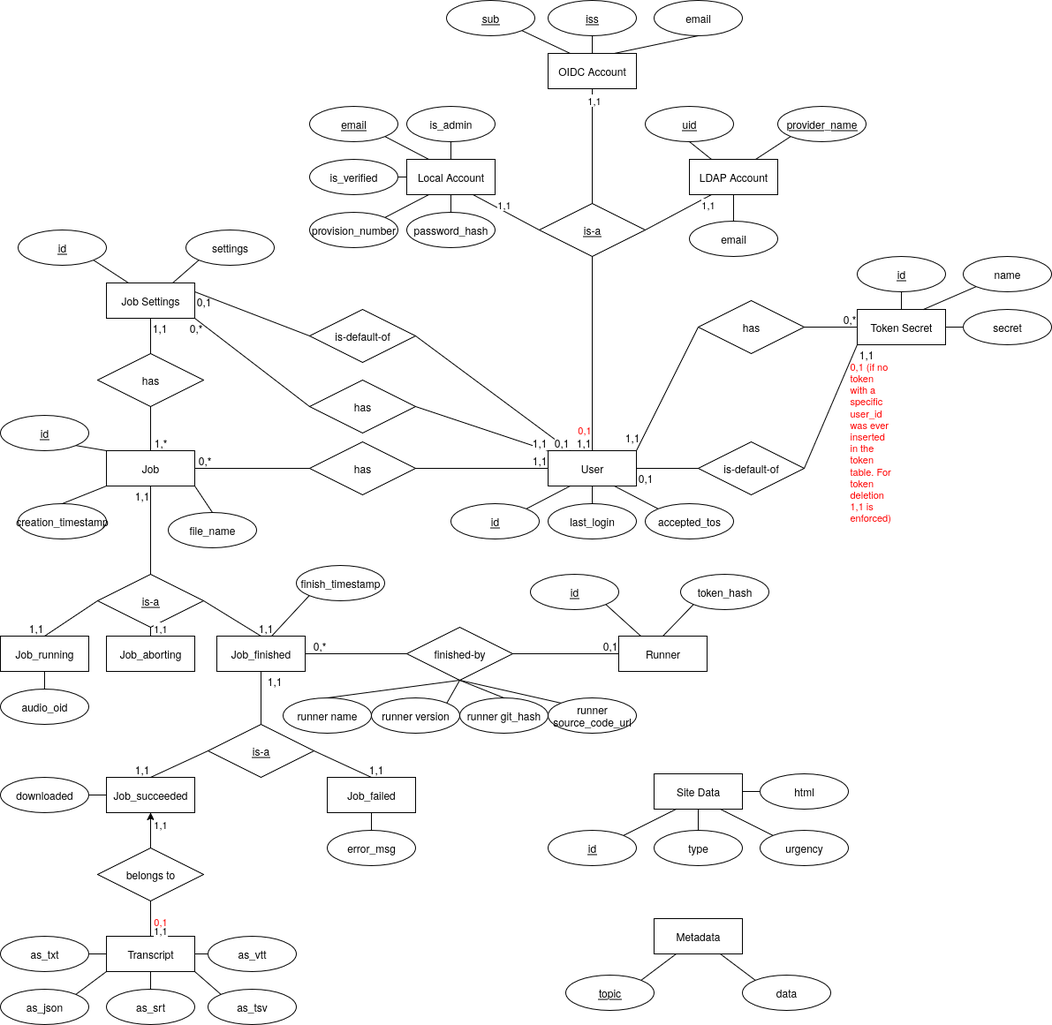
JulianFP/project-W keeps this draw.io diagram as doc/database_er_model.png. Above is the earlier version. Source tidied: cells renumbered, new cells last; positions are measured from the earlier drawing's top-left corner, leaving out a move shared by most shapes.
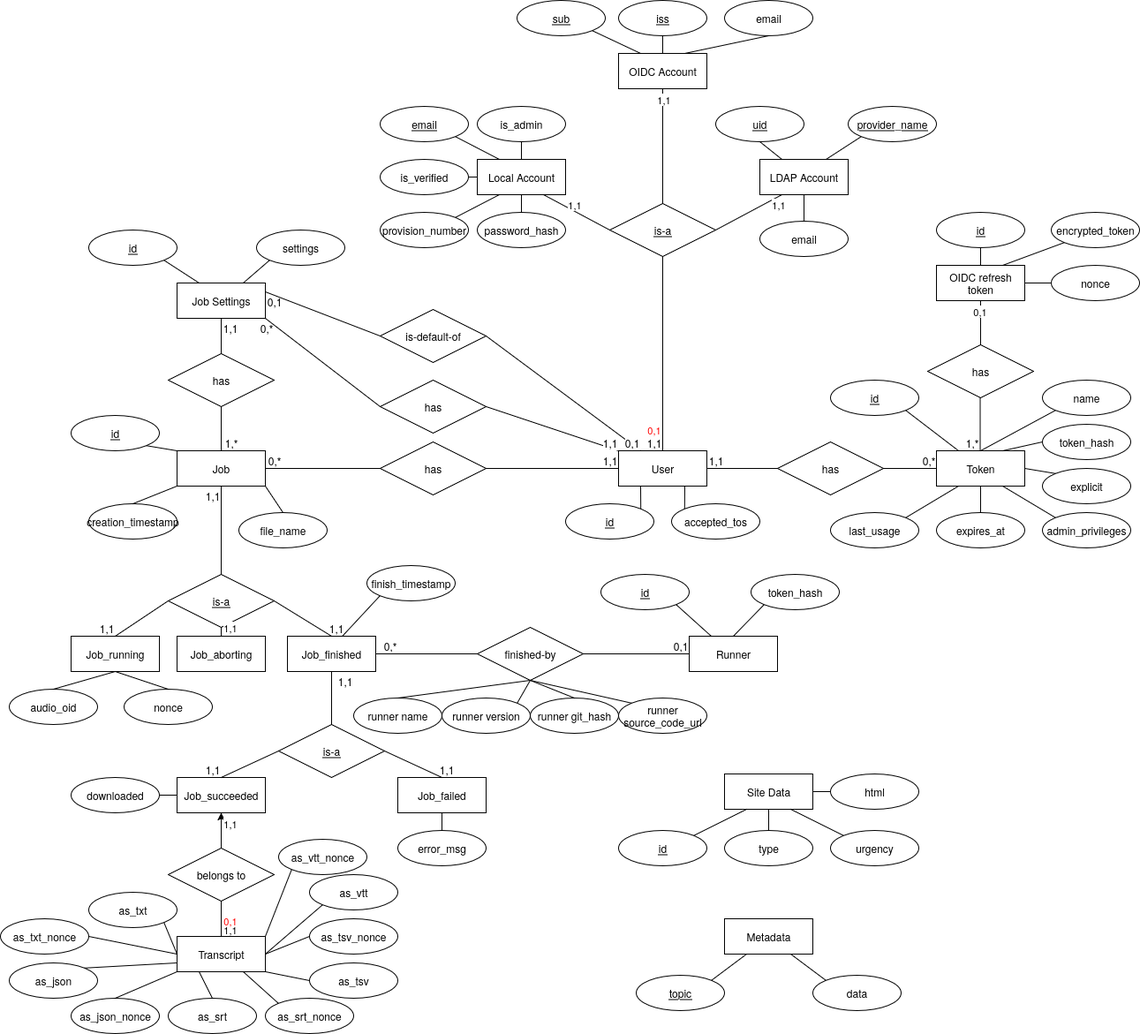
The same file after the commit.

The edit, as a diff of the source:
```diff
@@ -24,13 +24,13 @@
       <mxGeometry x="210" y="260" width="100" height="40" as="geometry" />
     </mxCell>
     <mxCell id="9" value="&lt;div&gt;audio_oid&lt;/div&gt;" style="ellipse;whiteSpace=wrap;html=1;align=center;" parent="1" vertex="1">
-      <mxGeometry y="780" width="100" height="40" as="geometry" />
+      <mxGeometry x="-70" y="780" width="100" height="40" as="geometry" />
     </mxCell>
     <mxCell id="10" style="endArrow=none;html=1;rounded=0;exitX=0.5;exitY=0;exitDx=0;exitDy=0;entryX=0.5;entryY=1;entryDx=0;entryDy=0;" parent="1" edge="1" source="9" target="29">
       <mxGeometry relative="1" as="geometry" />
     </mxCell>
     <mxCell id="11" value="id" style="ellipse;whiteSpace=wrap;html=1;align=center;fontStyle=4;" parent="1" vertex="1">
-      <mxGeometry x="510" y="570" width="100" height="40" as="geometry" />
+      <mxGeometry x="560" y="570" width="100" height="40" as="geometry" />
     </mxCell>
     <mxCell id="12" value="&lt;u&gt;email&lt;/u&gt;" style="ellipse;whiteSpace=wrap;html=1;align=center;" parent="1" vertex="1">
       <mxGeometry x="350" y="120" width="100" height="40" as="geometry" />
@@ -215,20 +215,20 @@
     <mxCell id="68" style="endArrow=none;html=1;rounded=0;entryX=0;entryY=0;entryDx=0;entryDy=0;exitX=0.75;exitY=1;exitDx=0;exitDy=0;" parent="1" edge="1" source="64" target="67">
       <mxGeometry relative="1" as="geometry" />
     </mxCell>
-    <mxCell id="69" value="Token Secret" style="whiteSpace=wrap;html=1;align=center;" parent="1" vertex="1">
-      <mxGeometry x="970" y="350" width="100" height="40" as="geometry" />
+    <mxCell id="69" value="Token" style="whiteSpace=wrap;html=1;align=center;" parent="1" vertex="1">
+      <mxGeometry x="980" y="510" width="100" height="40" as="geometry" />
     </mxCell>
     <mxCell id="70" value="id" style="ellipse;whiteSpace=wrap;html=1;align=center;fontStyle=4;" parent="1" vertex="1">
-      <mxGeometry x="970" y="290" width="100" height="40" as="geometry" />
+      <mxGeometry x="860" y="430" width="100" height="40" as="geometry" />
     </mxCell>
-    <mxCell id="71" style="endArrow=none;html=1;rounded=0;entryX=0.5;entryY=1;entryDx=0;entryDy=0;exitX=0.5;exitY=0;exitDx=0;exitDy=0;" parent="1" edge="1" source="69" target="70">
+    <mxCell id="71" style="endArrow=none;html=1;rounded=0;entryX=1;entryY=1;entryDx=0;entryDy=0;exitX=0.25;exitY=0;exitDx=0;exitDy=0;" parent="1" edge="1" source="69" target="70">
       <mxGeometry relative="1" as="geometry" />
     </mxCell>
     <mxCell id="72" value="name" style="ellipse;whiteSpace=wrap;html=1;align=center;" parent="1" vertex="1">
-      <mxGeometry x="1090" y="290" width="100" height="40" as="geometry" />
+      <mxGeometry x="1100" y="430" width="100" height="40" as="geometry" />
     </mxCell>
-    <mxCell id="73" value="secret" style="ellipse;whiteSpace=wrap;html=1;align=center;" parent="1" vertex="1">
-      <mxGeometry x="1090" y="350" width="100" height="40" as="geometry" />
+    <mxCell id="73" value="token_hash" style="ellipse;whiteSpace=wrap;html=1;align=center;" parent="1" vertex="1">
+      <mxGeometry x="1100" y="480" width="100" height="40" as="geometry" />
     </mxCell>
     <mxCell id="74" value="Local Account" style="whiteSpace=wrap;html=1;align=center;" parent="1" vertex="1">
       <mxGeometry x="460" y="180" width="100" height="40" as="geometry" />
@@ -297,17 +297,17 @@
     <mxCell id="94" style="endArrow=none;html=1;rounded=0;entryX=0;entryY=1;entryDx=0;entryDy=0;exitX=0.75;exitY=0;exitDx=0;exitDy=0;" parent="1" edge="1" source="63" target="8">
       <mxGeometry relative="1" as="geometry" />
     </mxCell>
-    <mxCell id="95" style="endArrow=none;html=1;rounded=0;entryX=0;entryY=1;entryDx=0;entryDy=0;exitX=0.75;exitY=0;exitDx=0;exitDy=0;" parent="1" edge="1" source="69" target="72">
+    <mxCell id="95" style="endArrow=none;html=1;rounded=0;entryX=0;entryY=1;entryDx=0;entryDy=0;exitX=0.5;exitY=0;exitDx=0;exitDy=0;" parent="1" edge="1" source="69" target="72">
       <mxGeometry relative="1" as="geometry" />
     </mxCell>
-    <mxCell id="96" style="endArrow=none;html=1;rounded=0;entryX=0;entryY=0.5;entryDx=0;entryDy=0;exitX=1;exitY=0.5;exitDx=0;exitDy=0;" parent="1" edge="1" source="69" target="73">
+    <mxCell id="96" style="endArrow=none;html=1;rounded=0;entryX=0;entryY=0.5;entryDx=0;entryDy=0;exitX=0.75;exitY=0;exitDx=0;exitDy=0;" parent="1" edge="1" source="69" target="73">
       <mxGeometry relative="1" as="geometry" />
     </mxCell>
     <mxCell id="97" style="edgeStyle=orthogonalEdgeStyle;rounded=0;orthogonalLoop=1;jettySize=auto;html=1;exitX=0.5;exitY=1;exitDx=0;exitDy=0;" parent="1" edge="1" source="73" target="73">
       <mxGeometry relative="1" as="geometry" />
     </mxCell>
     <mxCell id="98" value="has" style="shape=rhombus;perimeter=rhombusPerimeter;whiteSpace=wrap;html=1;align=center;" parent="1" vertex="1">
-      <mxGeometry x="790" y="340" width="120" height="60" as="geometry" />
+      <mxGeometry x="800" y="500" width="120" height="60" as="geometry" />
     </mxCell>
     <mxCell id="99" style="endArrow=none;html=1;rounded=0;entryX=0;entryY=0.5;entryDx=0;entryDy=0;exitX=1;exitY=0.5;exitDx=0;exitDy=0;" parent="1" edge="1" source="98" target="69">
       <mxGeometry relative="1" as="geometry" />
@@ -315,12 +315,12 @@
     <mxCell id="100" value="0,*" style="html=1;whiteSpace=wrap;align=right;verticalAlign=bottom;" parent="99" vertex="1">
       <mxGeometry x="1" relative="1" as="geometry" />
     </mxCell>
-    <mxCell id="101" style="endArrow=none;html=1;rounded=0;exitX=0;exitY=0.5;exitDx=0;exitDy=0;entryX=1;entryY=0;entryDx=0;entryDy=0;" parent="1" edge="1" source="98" target="3">
+    <mxCell id="101" style="endArrow=none;html=1;rounded=0;entryX=1;entryY=0.5;entryDx=0;entryDy=0;" parent="1" edge="1" source="98" target="3">
       <mxGeometry relative="1" as="geometry" />
     </mxCell>
     <mxCell id="102" value="1,1" style="html=1;whiteSpace=wrap;align=right;verticalAlign=bottom;" parent="101" vertex="1">
       <mxGeometry x="1" relative="1" as="geometry">
-        <mxPoint x="5" y="-6" as="offset" />
+        <mxPoint x="20" as="offset" />
       </mxGeometry>
     </mxCell>
     <mxCell id="103" value="&lt;u&gt;is-a&lt;/u&gt;" style="shape=rhombus;perimeter=rhombusPerimeter;whiteSpace=wrap;html=1;align=center;" parent="1" vertex="1">
@@ -422,33 +422,33 @@
       </mxGeometry>
     </mxCell>
     <mxCell id="131" value="as_txt" style="ellipse;whiteSpace=wrap;html=1;align=center;" parent="1" vertex="1">
-      <mxGeometry y="1060" width="100" height="40" as="geometry" />
+      <mxGeometry x="20" y="1010" width="100" height="40" as="geometry" />
     </mxCell>
-    <mxCell id="132" style="endArrow=none;html=1;rounded=0;exitX=1;exitY=0.5;exitDx=0;exitDy=0;entryX=0;entryY=0.5;entryDx=0;entryDy=0;" parent="1" edge="1" source="131" target="124">
+    <mxCell id="132" style="endArrow=none;html=1;rounded=0;exitX=1;exitY=1;exitDx=0;exitDy=0;entryX=0;entryY=0.5;entryDx=0;entryDy=0;" parent="1" edge="1" source="131" target="124">
       <mxGeometry relative="1" as="geometry" />
     </mxCell>
     <mxCell id="133" value="as_json" style="ellipse;whiteSpace=wrap;html=1;align=center;" parent="1" vertex="1">
-      <mxGeometry y="1120" width="100" height="40" as="geometry" />
+      <mxGeometry x="-70" y="1090" width="100" height="40" as="geometry" />
     </mxCell>
     <mxCell id="134" value="as_srt" style="ellipse;whiteSpace=wrap;html=1;align=center;" parent="1" vertex="1">
-      <mxGeometry x="120" y="1120" width="100" height="40" as="geometry" />
+      <mxGeometry x="110" y="1130" width="100" height="40" as="geometry" />
     </mxCell>
     <mxCell id="135" value="as_tsv" style="ellipse;whiteSpace=wrap;html=1;align=center;" parent="1" vertex="1">
-      <mxGeometry x="235" y="1120" width="100" height="40" as="geometry" />
+      <mxGeometry x="270" y="1090" width="100" height="40" as="geometry" />
     </mxCell>
     <mxCell id="136" value="as_vtt" style="ellipse;whiteSpace=wrap;html=1;align=center;" parent="1" vertex="1">
-      <mxGeometry x="235" y="1060" width="100" height="40" as="geometry" />
+      <mxGeometry x="270" y="990" width="100" height="40" as="geometry" />
     </mxCell>
-    <mxCell id="137" style="endArrow=none;html=1;rounded=0;exitX=1;exitY=0;exitDx=0;exitDy=0;entryX=0;entryY=1;entryDx=0;entryDy=0;" parent="1" edge="1" source="133" target="124">
+    <mxCell id="137" style="endArrow=none;html=1;rounded=0;exitX=1;exitY=0;exitDx=0;exitDy=0;entryX=0;entryY=0.75;entryDx=0;entryDy=0;" parent="1" edge="1" source="133" target="124">
       <mxGeometry relative="1" as="geometry" />
     </mxCell>
-    <mxCell id="138" style="endArrow=none;html=1;rounded=0;exitX=0.5;exitY=0;exitDx=0;exitDy=0;entryX=0.5;entryY=1;entryDx=0;entryDy=0;" parent="1" edge="1" source="134" target="124">
+    <mxCell id="138" style="endArrow=none;html=1;rounded=0;exitX=0.5;exitY=0;exitDx=0;exitDy=0;entryX=0.25;entryY=1;entryDx=0;entryDy=0;" parent="1" edge="1" source="134" target="124">
       <mxGeometry relative="1" as="geometry" />
     </mxCell>
-    <mxCell id="139" style="endArrow=none;html=1;rounded=0;exitX=0;exitY=0;exitDx=0;exitDy=0;entryX=1;entryY=1;entryDx=0;entryDy=0;" parent="1" edge="1" source="135" target="124">
+    <mxCell id="139" style="endArrow=none;html=1;rounded=0;exitX=0;exitY=0.5;exitDx=0;exitDy=0;entryX=1;entryY=1;entryDx=0;entryDy=0;" parent="1" edge="1" source="135" target="124">
       <mxGeometry relative="1" as="geometry" />
     </mxCell>
-    <mxCell id="140" style="endArrow=none;html=1;rounded=0;exitX=1;exitY=0.5;exitDx=0;exitDy=0;entryX=0;entryY=0.5;entryDx=0;entryDy=0;" parent="1" edge="1" source="124" target="136">
+    <mxCell id="140" style="endArrow=none;html=1;rounded=0;exitX=1;exitY=0.5;exitDx=0;exitDy=0;entryX=0;entryY=1;entryDx=0;entryDy=0;" parent="1" edge="1" source="124" target="136">
       <mxGeometry relative="1" as="geometry" />
     </mxCell>
     <mxCell id="141" style="endArrow=none;html=1;rounded=0;entryX=1;entryY=1;entryDx=0;entryDy=0;exitX=0;exitY=0.5;exitDx=0;exitDy=0;" parent="1" edge="1" source="143" target="63">
@@ -485,30 +485,6 @@
         <mxPoint x="20" y="20" as="offset" />
       </mxGeometry>
     </mxCell>
-    <mxCell id="151" value="is-default-of" style="shape=rhombus;perimeter=rhombusPerimeter;whiteSpace=wrap;html=1;align=center;" parent="1" vertex="1">
-      <mxGeometry x="790" y="500" width="120" height="60" as="geometry" />
-    </mxCell>
-    <mxCell id="152" style="endArrow=none;html=1;rounded=0;entryX=1;entryY=0.5;entryDx=0;entryDy=0;exitX=0;exitY=0.5;exitDx=0;exitDy=0;" parent="1" edge="1" source="151" target="3">
-      <mxGeometry relative="1" as="geometry" />
-    </mxCell>
-    <mxCell id="153" value="0,1" style="html=1;whiteSpace=wrap;align=right;verticalAlign=bottom;" parent="152" vertex="1">
-      <mxGeometry x="1" relative="1" as="geometry">
-        <mxPoint x="20" y="20" as="offset" />
-      </mxGeometry>
-    </mxCell>
-    <mxCell id="154" style="endArrow=none;html=1;rounded=0;entryX=0;entryY=1;entryDx=0;entryDy=0;exitX=1;exitY=0.5;exitDx=0;exitDy=0;" parent="1" edge="1" source="151" target="69">
-      <mxGeometry relative="1" as="geometry" />
-    </mxCell>
-    <mxCell id="155" value="1,1" style="html=1;whiteSpace=wrap;align=right;verticalAlign=bottom;" parent="154" vertex="1">
-      <mxGeometry x="1" relative="1" as="geometry">
-        <mxPoint x="20" y="20" as="offset" />
-      </mxGeometry>
-    </mxCell>
-    <mxCell id="156" value="&lt;span style=&quot;&quot;&gt;&lt;span style=&quot;&quot;&gt;0,1&lt;/span&gt; (if no token with a specific user_id was ever inserted in the token table. For token deletion 1,1 is enforced)&lt;/span&gt;" style="edgeLabel;html=1;align=left;verticalAlign=middle;whiteSpace=wrap;labelPosition=right;verticalLabelPosition=middle;fontColor=light-dark(#FF0000,#FF0000);" parent="154" vertex="1">
-      <mxGeometry x="0.73" y="-1" relative="1" as="geometry">
-        <mxPoint x="-3" y="90" as="offset" />
-      </mxGeometry>
-    </mxCell>
     <mxCell id="157" value="&lt;div&gt;Job_aborting&lt;/div&gt;" style="whiteSpace=wrap;html=1;align=center;" parent="1" vertex="1">
       <mxGeometry x="120" y="720" width="100" height="40" as="geometry" />
     </mxCell>
@@ -520,14 +496,8 @@
         <mxPoint x="8" y="-7" as="offset" />
       </mxGeometry>
     </mxCell>
-    <mxCell id="160" value="last_login" style="ellipse;whiteSpace=wrap;html=1;align=center;" parent="1" vertex="1">
-      <mxGeometry x="620" y="570" width="100" height="40" as="geometry" />
-    </mxCell>
-    <mxCell id="161" style="endArrow=none;html=1;rounded=0;entryX=0.5;entryY=0;entryDx=0;entryDy=0;exitX=0.5;exitY=1;exitDx=0;exitDy=0;" parent="1" edge="1" source="3" target="160">
-      <mxGeometry relative="1" as="geometry" />
-    </mxCell>
     <mxCell id="162" value="accepted_tos" style="ellipse;whiteSpace=wrap;html=1;align=center;" parent="1" vertex="1">
-      <mxGeometry x="730" y="570" width="100" height="40" as="geometry" />
+      <mxGeometry x="680" y="570" width="100" height="40" as="geometry" />
     </mxCell>
     <mxCell id="163" style="endArrow=none;html=1;rounded=0;entryX=0;entryY=0;entryDx=0;entryDy=0;exitX=0.75;exitY=1;exitDx=0;exitDy=0;" parent="1" edge="1" source="3" target="162">
       <mxGeometry relative="1" as="geometry" />
@@ -559,5 +529,104 @@
     <mxCell id="172" style="endArrow=none;html=1;rounded=0;entryX=0;entryY=0.5;entryDx=0;entryDy=0;exitX=1;exitY=0.5;exitDx=0;exitDy=0;" parent="1" edge="1" source="164" target="170">
       <mxGeometry relative="1" as="geometry" />
     </mxCell>
+    <mxCell id="173" value="explicit" style="ellipse;whiteSpace=wrap;html=1;align=center;" parent="1" vertex="1">
+      <mxGeometry x="1100" y="530" width="100" height="40" as="geometry" />
+    </mxCell>
+    <mxCell id="174" value="admin_privileges" style="ellipse;whiteSpace=wrap;html=1;align=center;" parent="1" vertex="1">
+      <mxGeometry x="1100" y="580" width="100" height="40" as="geometry" />
+    </mxCell>
+    <mxCell id="175" value="expires_at" style="ellipse;whiteSpace=wrap;html=1;align=center;" parent="1" vertex="1">
+      <mxGeometry x="980" y="580" width="100" height="40" as="geometry" />
+    </mxCell>
+    <mxCell id="176" value="last_usage" style="ellipse;whiteSpace=wrap;html=1;align=center;" parent="1" vertex="1">
+      <mxGeometry x="860" y="580" width="100" height="40" as="geometry" />
+    </mxCell>
+    <mxCell id="177" value="nonce" style="ellipse;whiteSpace=wrap;html=1;align=center;" parent="1" vertex="1">
+      <mxGeometry x="60" y="780" width="100" height="40" as="geometry" />
+    </mxCell>
+    <mxCell id="178" value="as_json_nonce" style="ellipse;whiteSpace=wrap;html=1;align=center;" parent="1" vertex="1">
+      <mxGeometry y="1130" width="100" height="40" as="geometry" />
+    </mxCell>
+    <mxCell id="179" value="as_txt_nonce" style="ellipse;whiteSpace=wrap;html=1;align=center;" parent="1" vertex="1">
+      <mxGeometry x="-80" y="1040" width="100" height="40" as="geometry" />
+    </mxCell>
+    <mxCell id="180" value="as_srt_nonce" style="ellipse;whiteSpace=wrap;html=1;align=center;" parent="1" vertex="1">
+      <mxGeometry x="220" y="1130" width="100" height="40" as="geometry" />
+    </mxCell>
+    <mxCell id="181" value="as_tsv_nonce" style="ellipse;whiteSpace=wrap;html=1;align=center;" parent="1" vertex="1">
+      <mxGeometry x="270" y="1040" width="100" height="40" as="geometry" />
+    </mxCell>
+    <mxCell id="182" value="as_vtt_nonce" style="ellipse;whiteSpace=wrap;html=1;align=center;" parent="1" vertex="1">
+      <mxGeometry x="235" y="950" width="100" height="40" as="geometry" />
+    </mxCell>
+    <mxCell id="183" value="&lt;div&gt;OIDC refresh token&lt;/div&gt;" style="whiteSpace=wrap;html=1;align=center;" parent="1" vertex="1">
+      <mxGeometry x="980" y="300" width="100" height="40" as="geometry" />
+    </mxCell>
+    <mxCell id="184" value="id" style="ellipse;whiteSpace=wrap;html=1;align=center;fontStyle=4;" parent="1" vertex="1">
+      <mxGeometry x="980" y="240" width="100" height="40" as="geometry" />
+    </mxCell>
+    <mxCell id="185" value="encrypted_token" style="ellipse;whiteSpace=wrap;html=1;align=center;" parent="1" vertex="1">
+      <mxGeometry x="1110" y="240" width="100" height="40" as="geometry" />
+    </mxCell>
+    <mxCell id="186" value="nonce" style="ellipse;whiteSpace=wrap;html=1;align=center;" parent="1" vertex="1">
+      <mxGeometry x="1110" y="300" width="100" height="40" as="geometry" />
+    </mxCell>
+    <mxCell id="187" style="endArrow=none;html=1;rounded=0;entryX=0;entryY=0;entryDx=0;entryDy=0;exitX=1;exitY=0.5;exitDx=0;exitDy=0;" parent="1" edge="1" source="69" target="173">
+      <mxGeometry relative="1" as="geometry" />
+    </mxCell>
+    <mxCell id="188" style="endArrow=none;html=1;rounded=0;entryX=0;entryY=0;entryDx=0;entryDy=0;exitX=0.75;exitY=1;exitDx=0;exitDy=0;" parent="1" edge="1" source="69" target="174">
+      <mxGeometry relative="1" as="geometry" />
+    </mxCell>
+    <mxCell id="189" style="endArrow=none;html=1;rounded=0;entryX=0.5;entryY=1;entryDx=0;entryDy=0;exitX=0.5;exitY=0;exitDx=0;exitDy=0;" parent="1" edge="1" source="175" target="69">
+      <mxGeometry relative="1" as="geometry" />
+    </mxCell>
+    <mxCell id="190" style="endArrow=none;html=1;rounded=0;exitX=1;exitY=0;exitDx=0;exitDy=0;entryX=0.25;entryY=1;entryDx=0;entryDy=0;" parent="1" edge="1" source="176" target="69">
+      <mxGeometry relative="1" as="geometry" />
+    </mxCell>
+    <mxCell id="191" value="has" style="shape=rhombus;perimeter=rhombusPerimeter;whiteSpace=wrap;html=1;align=center;" parent="1" vertex="1">
+      <mxGeometry x="970" y="390" width="120" height="60" as="geometry" />
+    </mxCell>
+    <mxCell id="192" style="endArrow=none;html=1;rounded=0;entryX=0.5;entryY=0;entryDx=0;entryDy=0;exitX=0.5;exitY=1;exitDx=0;exitDy=0;" parent="1" edge="1">
+      <mxGeometry relative="1" as="geometry">
+        <mxPoint x="1029.5" y="450" as="sourcePoint" />
+        <mxPoint x="1029.5" y="510" as="targetPoint" />
+      </mxGeometry>
+    </mxCell>
+    <mxCell id="193" value="1,*" style="html=1;whiteSpace=wrap;align=right;verticalAlign=bottom;" parent="192" vertex="1">
+      <mxGeometry x="1" relative="1" as="geometry" />
+    </mxCell>
+    <mxCell id="194" style="endArrow=none;html=1;rounded=0;exitX=0.5;exitY=0;exitDx=0;exitDy=0;entryX=0.5;entryY=1;entryDx=0;entryDy=0;" parent="1" edge="1" source="191" target="183">
+      <mxGeometry relative="1" as="geometry" />
+    </mxCell>
+    <mxCell id="153" value="0,1" style="edgeLabel;html=1;align=center;verticalAlign=middle;" parent="194" vertex="1">
+      <mxGeometry x="0.51" y="1" relative="1" as="geometry" />
+    </mxCell>
+    <mxCell id="195" style="endArrow=none;html=1;rounded=0;entryX=0.5;entryY=1;entryDx=0;entryDy=0;exitX=0.5;exitY=0;exitDx=0;exitDy=0;" parent="1" edge="1" source="183" target="184">
+      <mxGeometry relative="1" as="geometry" />
+    </mxCell>
+    <mxCell id="196" style="endArrow=none;html=1;rounded=0;entryX=0;entryY=1;entryDx=0;entryDy=0;exitX=0.75;exitY=0;exitDx=0;exitDy=0;" parent="1" edge="1" source="183" target="185">
+      <mxGeometry relative="1" as="geometry" />
+    </mxCell>
+    <mxCell id="197" style="endArrow=none;html=1;rounded=0;entryX=0;entryY=0.5;entryDx=0;entryDy=0;exitX=1;exitY=0.5;exitDx=0;exitDy=0;" parent="1" edge="1" source="183" target="186">
+      <mxGeometry relative="1" as="geometry" />
+    </mxCell>
+    <mxCell id="198" style="endArrow=none;html=1;rounded=0;exitX=0.5;exitY=0;exitDx=0;exitDy=0;entryX=0.5;entryY=1;entryDx=0;entryDy=0;" parent="1" edge="1" source="177" target="29">
+      <mxGeometry relative="1" as="geometry" />
+    </mxCell>
+    <mxCell id="199" style="endArrow=none;html=1;rounded=0;exitX=1;exitY=0.5;exitDx=0;exitDy=0;entryX=0;entryY=0.5;entryDx=0;entryDy=0;" parent="1" edge="1" source="179" target="124">
+      <mxGeometry relative="1" as="geometry" />
+    </mxCell>
+    <mxCell id="200" style="endArrow=none;html=1;rounded=0;exitX=0;exitY=1;exitDx=0;exitDy=0;entryX=0.5;entryY=0;entryDx=0;entryDy=0;" parent="1" edge="1" source="124" target="178">
+      <mxGeometry relative="1" as="geometry" />
+    </mxCell>
+    <mxCell id="201" style="endArrow=none;html=1;rounded=0;exitX=0;exitY=0;exitDx=0;exitDy=0;entryX=0.75;entryY=1;entryDx=0;entryDy=0;" parent="1" edge="1" source="180" target="124">
+      <mxGeometry relative="1" as="geometry" />
+    </mxCell>
+    <mxCell id="202" style="endArrow=none;html=1;rounded=0;exitX=0;exitY=0.5;exitDx=0;exitDy=0;entryX=1;entryY=0.5;entryDx=0;entryDy=0;" parent="1" edge="1" source="181" target="124">
+      <mxGeometry relative="1" as="geometry" />
+    </mxCell>
+    <mxCell id="203" style="endArrow=none;html=1;rounded=0;exitX=1;exitY=0;exitDx=0;exitDy=0;entryX=0;entryY=1;entryDx=0;entryDy=0;" parent="1" edge="1" source="124" target="182">
+      <mxGeometry relative="1" as="geometry" />
+    </mxCell>
   </root>
 </mxGraphModel>
```
